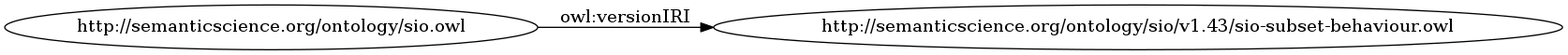
Above: OnToology/ontology/sio/release/sio-subset-behaviour.owl/diagrams/ar2dtool-class/sio-subset-behaviour.owl.png in MaastrichtU-IDS/semanticscience (Graphviz), before the change. Its source is kept beside it as OnToology/ontology/sio/release/sio-subset-behaviour.owl/diagrams/ar2dtool-class/sio-subset-behaviour.owl.png.dot.
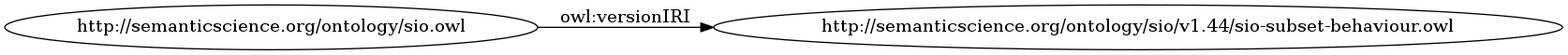
The same diagram one commit later.

Change to the diagram source:
```diff
@@ -1,6 +1,6 @@
 digraph ar2dtool_diagram {
 rankdir=LR;
 size="1501"
-	"http://semanticscience.org/ontology/sio.owl" -> "http://semanticscience.org/ontology/sio/v1.43/sio-subset-behaviour.owl" [ label = "owl:versionIRI" ];
+	"http://semanticscience.org/ontology/sio.owl" -> "http://semanticscience.org/ontology/sio/v1.44/sio-subset-behaviour.owl" [ label = "owl:versionIRI" ];
 
 }
```
